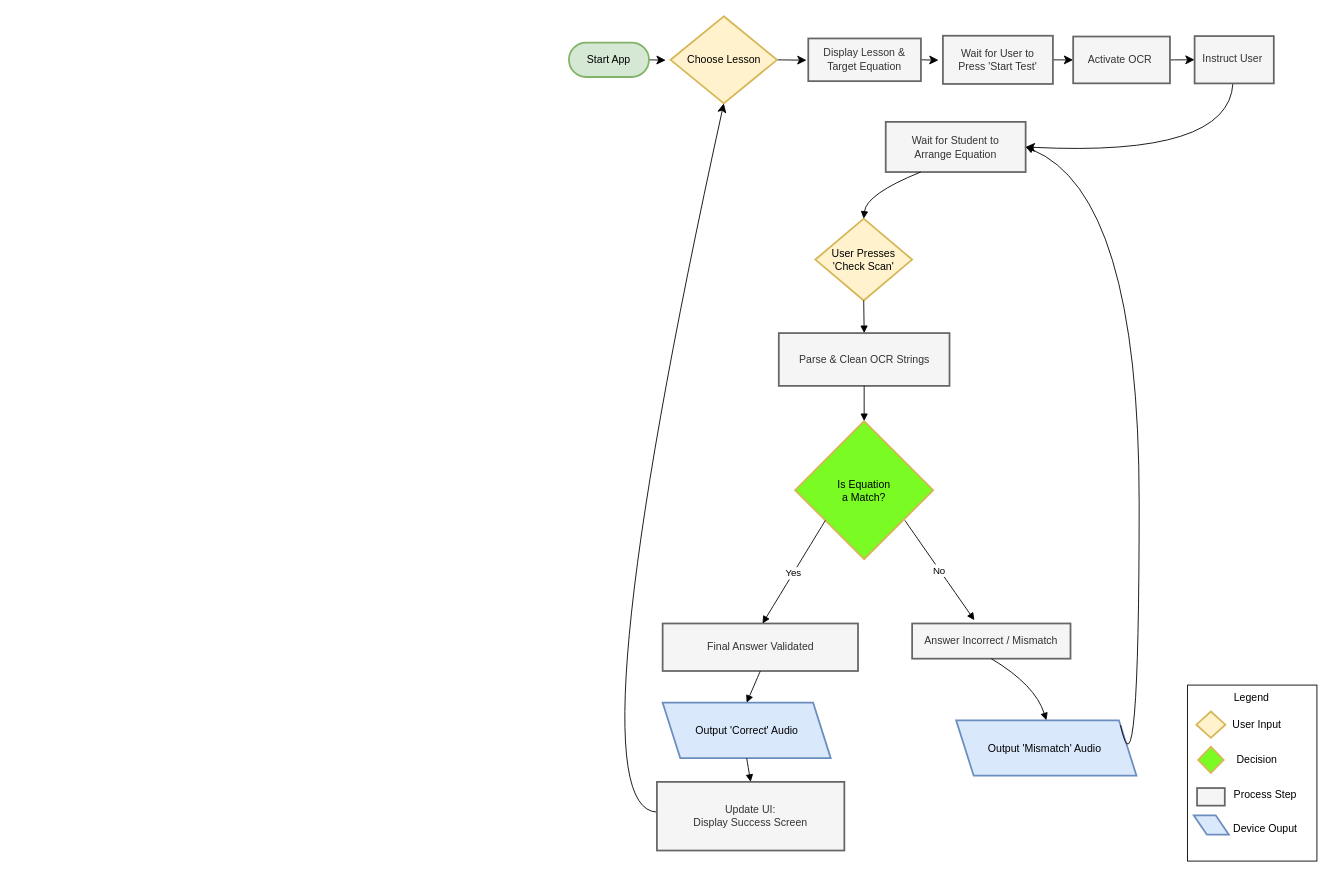
Above: Diagrams/Flowchart.drawio in jeremytrafas/BIT-Algebra-App (draw.io), before the change. Source tidied: cells renumbered, new cells numbered last; positions are measured from the earlier drawing's top-left corner, leaving out a move shared by most shapes. Both pictures are drawn from the tidied source at 88%, with x=0, y=0 at pixel (568, 16).
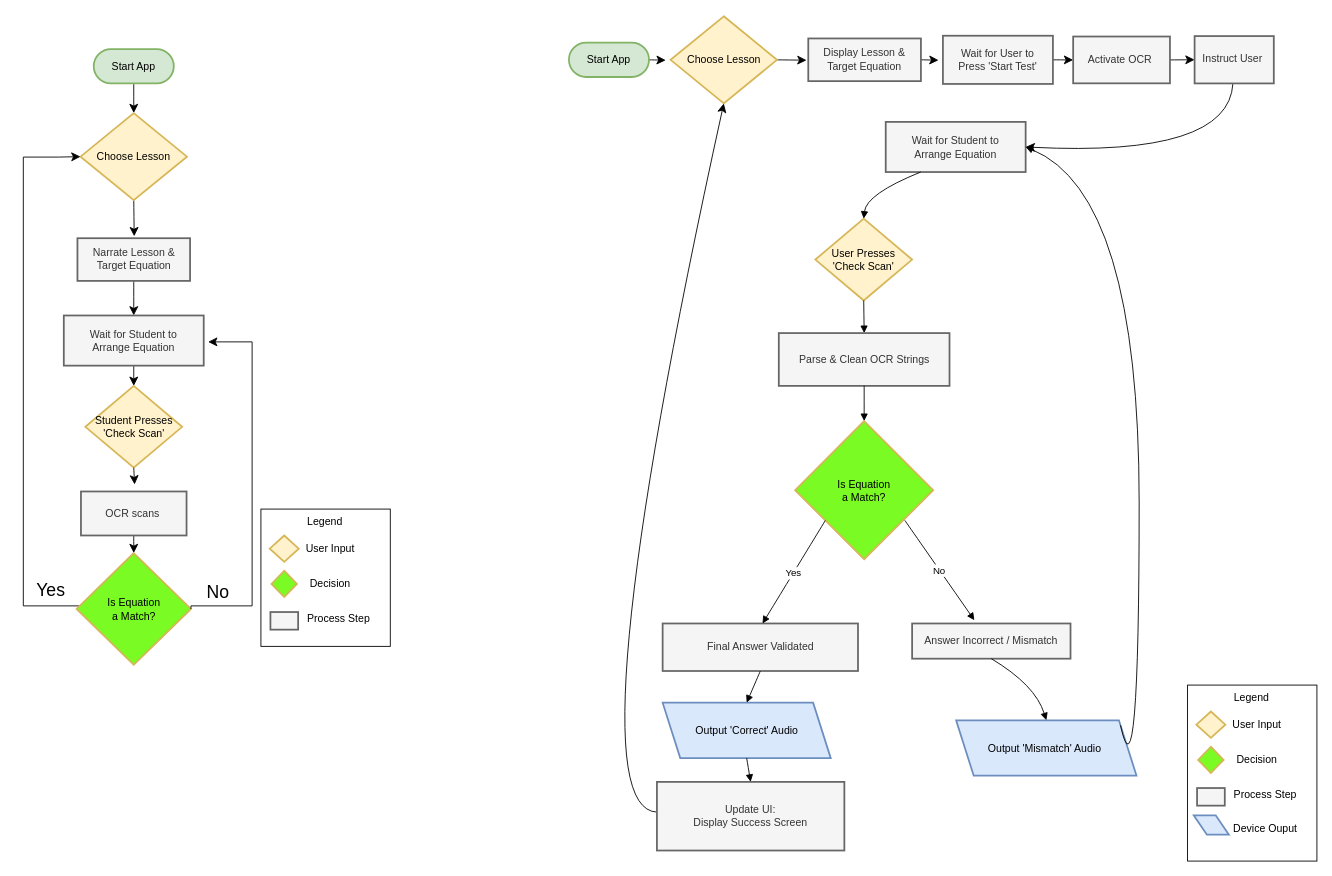
Above is the later version.

What changed in the source:
```diff
@@
+    <mxCell id="43" style="edgeStyle=none;curved=1;rounded=0;jettySize=auto;html=1;fontSize=12;startSize=8;endSize=8;" parent="1" edge="1" source="44" target="46">
+      <mxGeometry relative="1" as="geometry" />
+    </mxCell>
+    <mxCell id="44" value="Start App" style="rounded=1;whiteSpace=wrap;arcSize=50;strokeWidth=2;fillColor=#d5e8d4;strokeColor=#82b366;" parent="1" vertex="1">
+      <mxGeometry x="-540" y="37.2" width="91" height="39" as="geometry" />
+    </mxCell>
+    <mxCell id="45" style="edgeStyle=none;curved=1;rounded=0;jettySize=auto;html=1;exitX=0.5;exitY=1;exitDx=0;exitDy=0;fontSize=12;startSize=8;endSize=8;" parent="1" edge="1" source="46">
+      <mxGeometry relative="1" as="geometry">
+        <mxPoint x="-494" y="250" as="targetPoint" />
+      </mxGeometry>
+    </mxCell>
+    <mxCell id="46" value="Choose Lesson" style="rhombus;strokeWidth=2;whiteSpace=wrap;fillColor=#fff2cc;strokeColor=#d6b656;" parent="1" vertex="1">
+      <mxGeometry x="-555" y="110" width="121" height="99" as="geometry" />
+    </mxCell>
+    <mxCell id="47" style="edgeStyle=none;curved=1;rounded=0;jettySize=auto;html=1;exitX=0.5;exitY=1;exitDx=0;exitDy=0;entryX=0.5;entryY=0;entryDx=0;entryDy=0;fontSize=12;startSize=8;endSize=8;" parent="1" edge="1" source="48" target="50">
+      <mxGeometry relative="1" as="geometry" />
+    </mxCell>
+    <mxCell id="48" value="Narrate Lesson &amp; Target Equation" style="whiteSpace=wrap;strokeWidth=2;fillColor=#f5f5f5;strokeColor=#666666;fontColor=#333333;" parent="1" vertex="1">
+      <mxGeometry x="-558.5" y="252.2" width="128" height="48.5" as="geometry" />
+    </mxCell>
+    <mxCell id="49" style="edgeStyle=none;curved=1;rounded=0;jettySize=auto;html=1;exitX=0.5;exitY=1;exitDx=0;exitDy=0;entryX=0.5;entryY=0;entryDx=0;entryDy=0;fontSize=12;startSize=8;endSize=8;" parent="1" edge="1" source="50" target="51">
+      <mxGeometry relative="1" as="geometry" />
+    </mxCell>
+    <mxCell id="50" value="Wait for Student to&#10;Arrange Equation" style="whiteSpace=wrap;strokeWidth=2;fillColor=#f5f5f5;fontColor=#333333;strokeColor=#666666;" parent="1" vertex="1">
+      <mxGeometry x="-574" y="340" width="159" height="57" as="geometry" />
+    </mxCell>
+    <mxCell id="51" value="Student Presses&#10;'Check Scan'" style="rhombus;strokeWidth=2;whiteSpace=wrap;fillColor=#fff2cc;strokeColor=#d6b656;" parent="1" vertex="1">
+      <mxGeometry x="-549.5" y="420" width="110" height="93" as="geometry" />
+    </mxCell>
+    <mxCell id="52" style="edgeStyle=orthogonalEdgeStyle;rounded=0;jettySize=auto;html=1;fontSize=12;startSize=8;endSize=8;entryX=0;entryY=0.5;entryDx=0;entryDy=0;" parent="1" edge="1" source="54" target="46">
+      <mxGeometry relative="1" as="geometry">
+        <Array as="points">
+          <mxPoint x="-620" y="670" />
+          <mxPoint x="-620" y="160" />
+          <mxPoint x="-580" y="160" />
+        </Array>
+      </mxGeometry>
+    </mxCell>
+    <mxCell id="53" value="&lt;font style=&quot;font-size: 20px;&quot;&gt;Yes&lt;/font&gt;" style="edgeLabel;html=1;align=center;verticalAlign=middle;fontSize=16;" parent="52" vertex="1">
+      <mxGeometry x="-0.07" y="-7" relative="1" as="geometry">
+        <mxPoint x="23" y="213" as="offset" />
+      </mxGeometry>
+    </mxCell>
+    <mxCell id="54" value="Is Equation&#10;a Match?" style="rhombus;strokeWidth=2;whiteSpace=wrap;fillColor=light-dark(#79fb23, #281d00);strokeColor=#d6b656;" parent="1" vertex="1">
+      <mxGeometry x="-559.5" y="610" width="130" height="127" as="geometry" />
+    </mxCell>
+    <mxCell id="55" style="edgeStyle=none;curved=1;rounded=0;jettySize=auto;html=1;exitX=0.5;exitY=1;exitDx=0;exitDy=0;entryX=0.5;entryY=0;entryDx=0;entryDy=0;fontSize=12;startSize=8;endSize=8;" parent="1" edge="1" source="56" target="54">
+      <mxGeometry relative="1" as="geometry" />
+    </mxCell>
+    <mxCell id="56" value="OCR scans " style="whiteSpace=wrap;strokeWidth=2;fillColor=#f5f5f5;fontColor=#333333;strokeColor=#666666;" parent="1" vertex="1">
+      <mxGeometry x="-554.5" y="540" width="120" height="50" as="geometry" />
+    </mxCell>
+    <mxCell id="57" style="edgeStyle=orthogonalEdgeStyle;rounded=0;jettySize=auto;html=1;fontSize=12;startSize=8;endSize=8;exitX=1;exitY=0.5;exitDx=0;exitDy=0;" parent="1" edge="1" source="54">
+      <mxGeometry relative="1" as="geometry">
+        <mxPoint x="-410" y="370" as="targetPoint" />
+        <Array as="points">
+          <mxPoint x="-429" y="670" />
+          <mxPoint x="-360" y="670" />
+          <mxPoint x="-360" y="370" />
+        </Array>
+      </mxGeometry>
+    </mxCell>
+    <mxCell id="58" value="&lt;font style=&quot;font-size: 20px;&quot;&gt;No&lt;/font&gt;" style="edgeLabel;html=1;align=center;verticalAlign=middle;fontSize=12;" parent="57" vertex="1">
+      <mxGeometry x="-0.07" y="-7" relative="1" as="geometry">
+        <mxPoint x="-47" y="106" as="offset" />
+      </mxGeometry>
+    </mxCell>
+    <mxCell id="59" style="edgeStyle=none;curved=1;rounded=0;jettySize=auto;html=1;exitX=0.5;exitY=1;exitDx=0;exitDy=0;entryX=0.508;entryY=-0.16;entryDx=0;entryDy=0;entryPerimeter=0;fontSize=12;startSize=8;endSize=8;" parent="1" edge="1" source="51" target="56">
+      <mxGeometry relative="1" as="geometry" />
+    </mxCell>
+    <mxCell id="60" style="rounded=0;whiteSpace=wrap;html=1;" parent="1" vertex="1">
+      <mxGeometry x="-350" y="560" width="147" height="156" as="geometry" />
+    </mxCell>
+    <mxCell id="61" value="Legend" style="text;html=1;whiteSpace=wrap;strokeColor=none;fillColor=none;align=center;verticalAlign=middle;rounded=0;" parent="1" vertex="1">
+      <mxGeometry x="-307" y="560" width="60" height="30" as="geometry" />
+    </mxCell>
+    <mxCell id="62" style="rhombus;strokeWidth=2;whiteSpace=wrap;fillColor=#fff2cc;strokeColor=#d6b656;" parent="1" vertex="1">
+      <mxGeometry x="-340" y="590" width="33" height="30" as="geometry" />
+    </mxCell>
+    <mxCell id="63" value="User Input" style="text;html=1;whiteSpace=wrap;strokeColor=none;fillColor=none;align=center;verticalAlign=middle;rounded=0;" parent="1" vertex="1">
+      <mxGeometry x="-301.5" y="590" width="60" height="30" as="geometry" />
+    </mxCell>
+    <mxCell id="64" style="rhombus;strokeWidth=2;whiteSpace=wrap;fillColor=light-dark(#79fb23, #281d00);strokeColor=#d6b656;" parent="1" vertex="1">
+      <mxGeometry x="-338" y="630" width="29" height="30" as="geometry" />
+    </mxCell>
+    <mxCell id="65" value="Decision" style="text;html=1;whiteSpace=wrap;strokeColor=none;fillColor=none;align=center;verticalAlign=middle;rounded=0;" parent="1" vertex="1">
+      <mxGeometry x="-301.5" y="630" width="60" height="30" as="geometry" />
+    </mxCell>
+    <mxCell id="66" style="whiteSpace=wrap;strokeWidth=2;fillColor=#f5f5f5;fontColor=#333333;strokeColor=#666666;" parent="1" vertex="1">
+      <mxGeometry x="-339.2" y="677" width="31.5" height="20" as="geometry" />
+    </mxCell>
+    <mxCell id="67" value="Process Step" style="text;html=1;whiteSpace=wrap;strokeColor=none;fillColor=none;align=center;verticalAlign=middle;rounded=0;" parent="1" vertex="1">
+      <mxGeometry x="-301.5" y="670" width="78.5" height="30" as="geometry" />
+    </mxCell>
```
